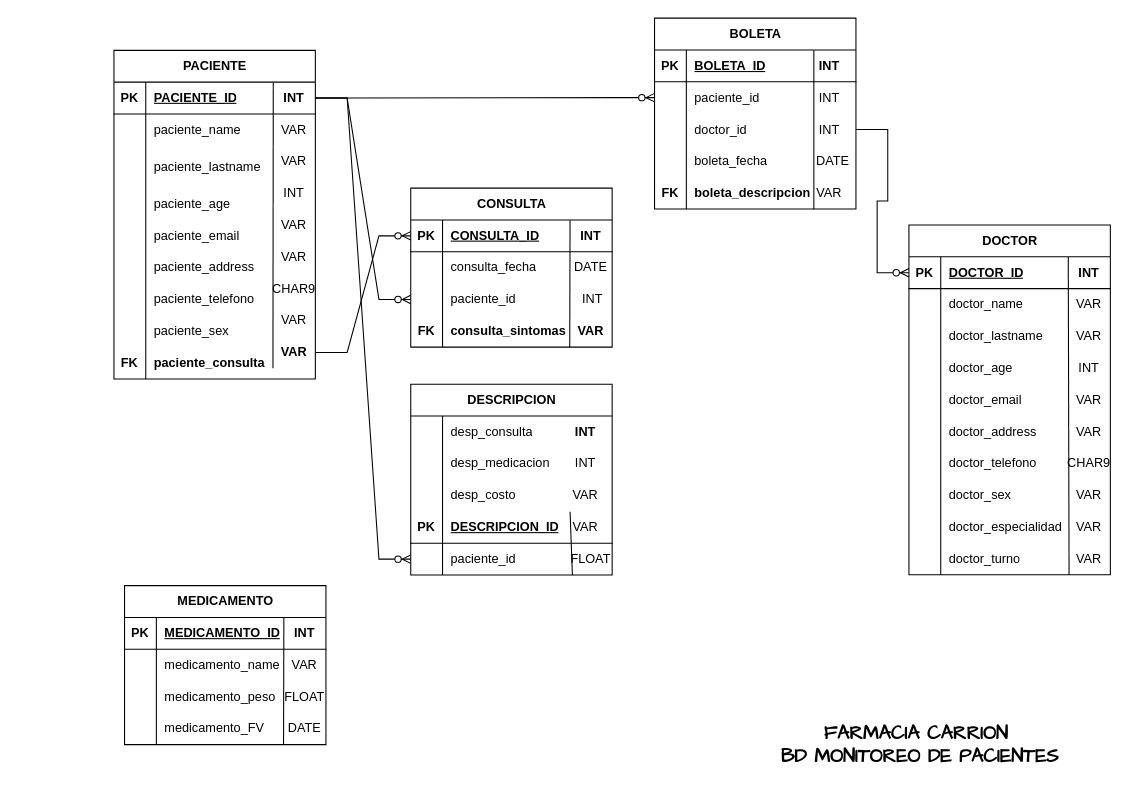
This is actividad_1.drawio from jetaype21/BD-GRUPOUNO, a draw.io file, before an edit. Source tidied: cells renumbered, new cells numbered last; positions are measured from the earlier drawing's top-left corner, leaving out a move shared by most shapes. Both pictures are drawn from the tidied source at 106%, with x=0, y=0 at pixel (18, 18).
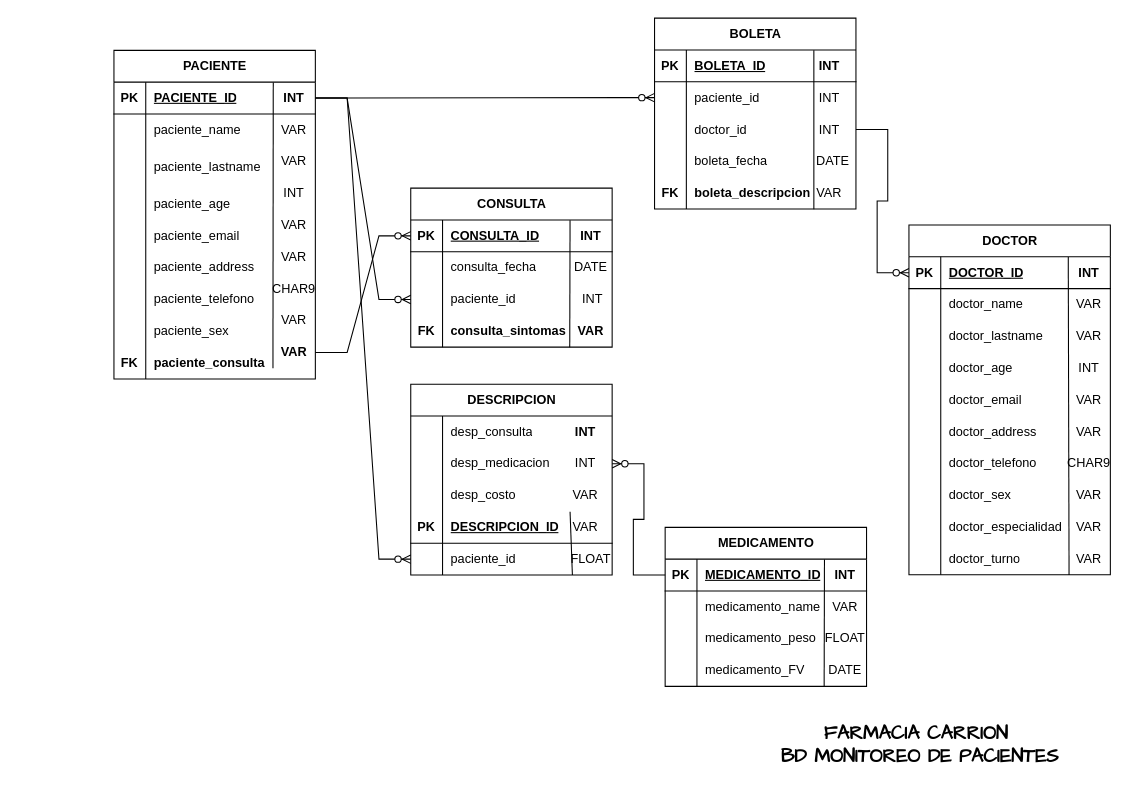
The same page after the edit.

The change refers to these unchanged cells:
```xml
<mxCell id="104" style="shape=tableRow;horizontal=0;startSize=0;swimlaneHead=0;swimlaneBody=0;fillColor=none;points=[[0,0.5],[1,0.5]];portConstraint=eastwest;top=0;left=0;right=0;bottom=1;" parent="103" vertex="1">
  <mxGeometry y="30" width="190" height="30" as="geometry" />
</mxCell>
<mxCell id="160" value="INT" style="text;html=1;strokeColor=none;fillColor=none;align=center;verticalAlign=middle;whiteSpace=wrap;rounded=0;" parent="1" vertex="1">
  <mxGeometry x="510" y="405" width="50" height="30" as="geometry" />
</mxCell>
```

The edit, as a diff of the source:
```diff
@@
     <mxCell id="82" style="text;html=1;strokeColor=none;fillColor=none;align=center;verticalAlign=middle;whiteSpace=wrap;rounded=0;" parent="1" vertex="1">
-      <mxGeometry y="480" width="60" height="30" as="geometry" />
+      <mxGeometry x="300" y="700" width="60" height="30" as="geometry" />
     </mxCell>
@@
     <mxCell id="103" value="MEDICAMENTO" style="shape=table;startSize=30;childLayout=tableLayout;rowLines=0;fontStyle=1;align=center;html=1;" parent="1" vertex="1">
-      <mxGeometry x="100" y="535" width="190" height="150" as="geometry" />
+      <mxGeometry x="610" y="480" width="190" height="150" as="geometry" />
     </mxCell>
@@
     <mxCell id="116" value="&lt;b&gt;INT&lt;/b&gt;" style="text;html=1;strokeColor=none;fillColor=none;align=center;verticalAlign=middle;whiteSpace=wrap;rounded=0;" parent="1" vertex="1">
-      <mxGeometry x="240" y="565" width="60" height="30" as="geometry" />
+      <mxGeometry x="750" y="510" width="60" height="30" as="geometry" />
     </mxCell>
     <mxCell id="117" value="VAR" style="text;html=1;strokeColor=none;fillColor=none;align=center;verticalAlign=middle;whiteSpace=wrap;rounded=0;" parent="1" vertex="1">
-      <mxGeometry x="240" y="595" width="60" height="30" as="geometry" />
+      <mxGeometry x="750" y="540" width="60" height="30" as="geometry" />
     </mxCell>
     <mxCell id="118" value="FLOAT" style="text;html=1;strokeColor=none;fillColor=none;align=center;verticalAlign=middle;whiteSpace=wrap;rounded=0;" parent="1" vertex="1">
-      <mxGeometry x="240" y="625" width="60" height="30" as="geometry" />
+      <mxGeometry x="750" y="570" width="60" height="30" as="geometry" />
     </mxCell>
     <mxCell id="119" value="DATE" style="text;html=1;strokeColor=none;fillColor=none;align=center;verticalAlign=middle;whiteSpace=wrap;rounded=0;" parent="1" vertex="1">
-      <mxGeometry x="240" y="655" width="60" height="30" as="geometry" />
+      <mxGeometry x="750" y="600" width="60" height="30" as="geometry" />
     </mxCell>
     <mxCell id="120" style="endArrow=none;html=1;rounded=0;exitX=0.791;exitY=0.008;exitDx=0;exitDy=0;exitPerimeter=0;" parent="1" edge="1" source="104">
       <mxGeometry relative="1" as="geometry">
-        <mxPoint x="250" y="685" as="targetPoint" />
+        <mxPoint x="760" y="630" as="targetPoint" />
       </mxGeometry>
     </mxCell>
@@
+    <mxCell id="169" style="edgeStyle=entityRelationEdgeStyle;fontSize=12;html=1;endArrow=ERzeroToMany;endFill=1;rounded=0;entryX=1;entryY=0.5;entryDx=0;entryDy=0;exitX=0;exitY=0.5;exitDx=0;exitDy=0;" parent="1" edge="1" source="104" target="160">
+      <mxGeometry relative="1" as="geometry" />
+    </mxCell>
```
